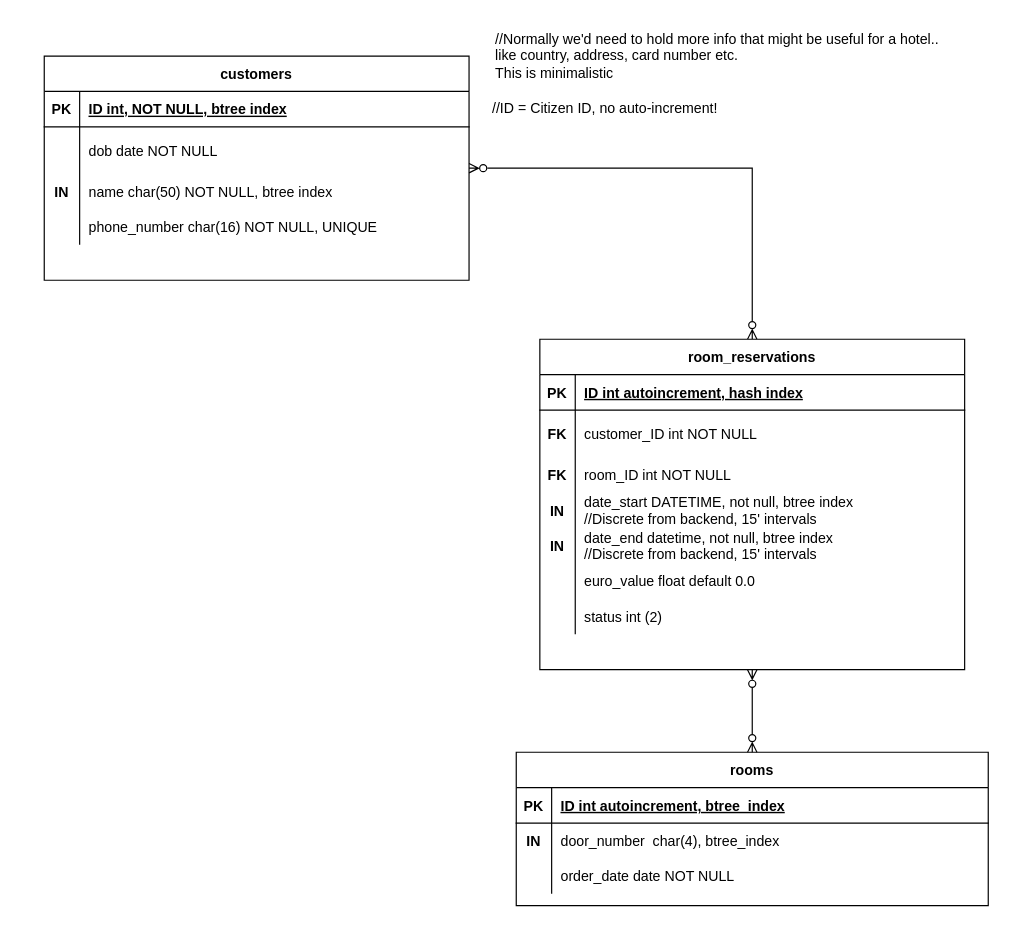
Earlier version of the draw.io diagram hotel.drawio (Kam1goroshi/DatabasesAssignment). Source tidied: cells renumbered, new cells numbered last; positions are measured from the earlier drawing's top-left corner, leaving out a move shared by most shapes. Both pictures are drawn from the tidied source at 118%, with x=0, y=0 at pixel (44, 20).
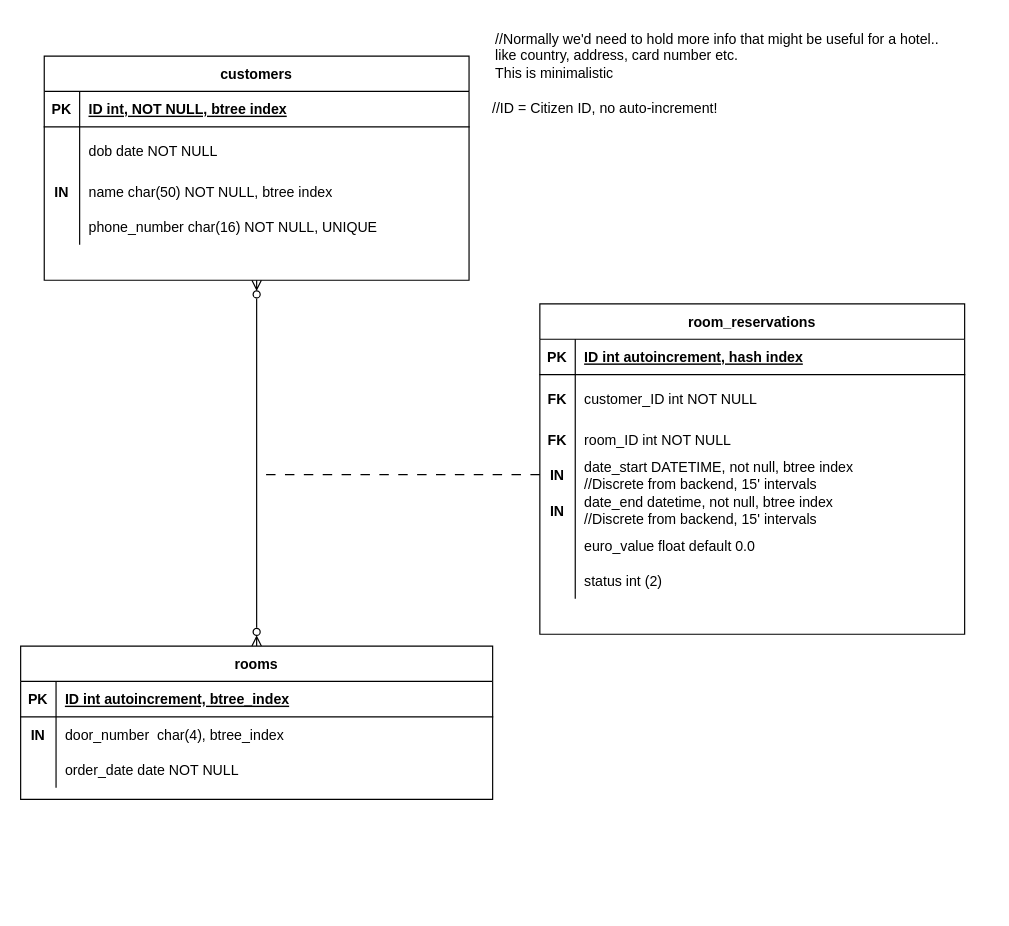
After the change.

Commit message:
Update hotel.drawio, many to many description

Unchanged cells that the change refers to:
```xml
<mxCell id="13" value="customers" style="shape=table;startSize=30;childLayout=tableLayout;rowLines=0;fontStyle=1;align=center;" parent="1" vertex="1">
  <mxGeometry y="30" width="360" height="190" as="geometry" />
</mxCell>
<mxCell id="37" style="shape=partialRectangle;fillColor=none;points=[[0,0.5],[1,0.5]];portConstraint=eastwest;top=0;left=0;right=0;bottom=0;" parent="27" vertex="1">
  <mxGeometry y="130" width="360" height="30" as="geometry" />
</mxCell>
```

The edit, as a diff of the source:
```diff
@@
     <mxCell id="2" value="rooms" style="shape=table;startSize=30;childLayout=tableLayout;rowLines=0;fontStyle=1;align=center;" parent="1" vertex="1">
-      <mxGeometry x="400" y="620" width="400" height="130" as="geometry" />
+      <mxGeometry x="-20" y="530" width="400" height="130" as="geometry" />
     </mxCell>
@@
-    <mxCell id="12" style="edgeStyle=orthogonalEdgeStyle;rounded=0;jettySize=auto;html=1;entryX=0.5;entryY=0;entryDx=0;entryDy=0;endArrow=ERzeroToMany;endFill=0;startArrow=ERzeroToMany;startFill=0;" parent="1" edge="1" source="13" target="27">
-      <mxGeometry relative="1" as="geometry" />
-    </mxCell>
+    <mxCell id="51" style="edgeStyle=orthogonalEdgeStyle;rounded=0;jettySize=auto;html=1;startArrow=ERzeroToMany;startFill=0;endArrow=ERzeroToMany;endFill=0;" parent="1" edge="1" source="13" target="2">
+      <mxGeometry relative="1" as="geometry" />
+    </mxCell>
@@
-    <mxCell id="26" style="edgeStyle=orthogonalEdgeStyle;rounded=0;jettySize=auto;html=1;exitX=0.5;exitY=1;exitDx=0;exitDy=0;entryX=0.5;entryY=0;entryDx=0;entryDy=0;endArrow=ERzeroToMany;endFill=0;startArrow=ERzeroToMany;startFill=0;" parent="1" edge="1" source="27" target="2">
-      <mxGeometry relative="1" as="geometry">
-        <Array as="points">
-          <mxPoint x="600" y="580" />
-          <mxPoint x="600" y="580" />
-        </Array>
-      </mxGeometry>
-    </mxCell>
     <mxCell id="27" value="room_reservations" style="shape=table;startSize=30;childLayout=tableLayout;rowLines=0;fontStyle=1;align=center;" parent="1" vertex="1">
-      <mxGeometry x="420" y="270" width="360" height="280" as="geometry" />
+      <mxGeometry x="420" y="240" width="360" height="280" as="geometry" />
     </mxCell>
@@
+    <mxCell id="52" style="edgeStyle=orthogonalEdgeStyle;rounded=0;jettySize=auto;html=1;exitX=0;exitY=0.5;exitDx=0;exitDy=0;dashed=1;dashPattern=8 8;endArrow=none;endFill=0;" parent="1" edge="1" source="37">
+      <mxGeometry relative="1" as="geometry">
+        <mxPoint x="180" y="384.8" as="targetPoint" />
+        <Array as="points">
+          <mxPoint x="180" y="385" />
+          <mxPoint x="180" y="385" />
+        </Array>
+      </mxGeometry>
+    </mxCell>
```
